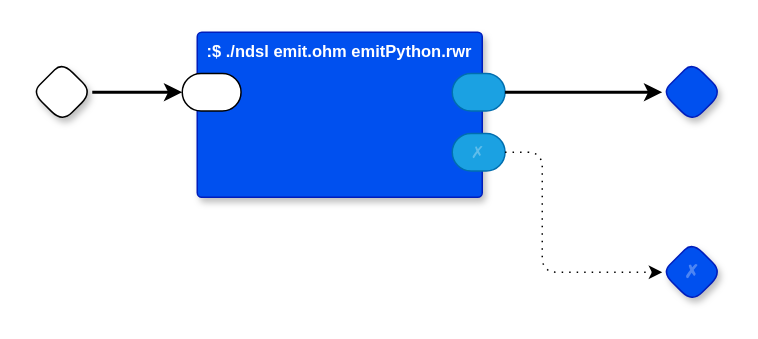
guitarvydas/pbp keeps this draw.io diagram as page "RT to Python" (10 of 24) of kernel/kernel.drawio. Above is the earlier version. Source tidied: cells renumbered, new cells numbered last; positions are measured from the earlier drawing's top-left corner, leaving out a move shared by most shapes. Both pictures are drawn from the tidied source at 150%, with x=0, y=0 at pixel (32, 32).
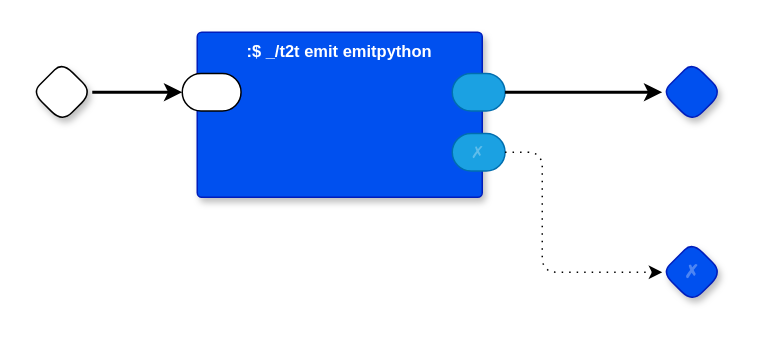
The same page after the edit.

What changed in the source:
```diff
@@
 <mxGraphModel>
   <root>
     <mxCell id="0" />
     <mxCell id="1" parent="0" />
     <mxCell id="2" style="rhombus;whiteSpace=wrap;html=1;rounded=1;fontStyle=1;glass=0;sketch=0;fontSize=12;points=[[0,0.5,0,0,0],[0.5,0,0,0,0],[0.5,1,0,0,0],[1,0.5,0,0,0]];shadow=1;fontFamily=Helvetica;fontColor=default;" parent="1" vertex="1">
       <mxGeometry y="20" width="40" height="40" as="geometry" />
     </mxCell>
     <mxCell id="3" style="rhombus;whiteSpace=wrap;html=1;rounded=1;fontStyle=1;glass=0;sketch=0;fontSize=12;points=[[0,0.5,0,0,0],[0.5,0,0,0,0],[0.5,1,0,0,0],[1,0.5,0,0,0]];shadow=1;fillColor=#0050ef;fontColor=#ffffff;strokeColor=#001DBC;fontFamily=Helvetica;" parent="1" vertex="1">
       <mxGeometry x="420" y="20" width="40" height="40" as="geometry" />
     </mxCell>
     <mxCell id="4" value="✗" style="rhombus;whiteSpace=wrap;html=1;rounded=1;fillColor=#0050ef;fontColor=#ffffff;strokeColor=#001DBC;fontStyle=1;glass=0;sketch=0;fontSize=12;points=[[0,0.5,0,0,0],[0.5,0,0,0,0],[0.5,1,0,0,0],[1,0.5,0,0,0]];shadow=1;textOpacity=30;" parent="1" vertex="1">
       <mxGeometry x="420" y="140" width="40" height="40" as="geometry" />
     </mxCell>
-    <mxCell id="5" value=":$ ./ndsl emit.ohm emitPython.rwr" style="rounded=1;sketch=0;verticalAlign=top;arcSize=6;fontStyle=1;absoluteArcSize=1;shadow=1;strokeColor=#001DBC;fillColor=#0050ef;fontColor=#ffffff;fontFamily=Helvetica;fontSize=11;" parent="1" vertex="1">
+    <mxCell id="5" value=":$ _/t2t emit emitpython" style="rounded=1;sketch=0;verticalAlign=top;arcSize=6;fontStyle=1;absoluteArcSize=1;shadow=1;strokeColor=#001DBC;fillColor=#0050ef;fontColor=#ffffff;fontFamily=Helvetica;fontSize=11;" parent="1" vertex="1">
       <mxGeometry x="110" width="190" height="110" as="geometry" />
     </mxCell>
     <mxCell id="6" style="rounded=1;whiteSpace=wrap;html=1;sketch=0;points=[[0,0.5,0,0,0],[1,0.5,0,0,0]];arcSize=50;fontFamily=Helvetica;fontSize=11;fontColor=default;" parent="5" vertex="1">
       <mxGeometry x="-10" y="27.5" width="39.2" height="25" as="geometry" />
     </mxCell>
     <mxCell id="7" style="rounded=1;whiteSpace=wrap;html=1;sketch=0;points=[[0,0.5,0,0,0],[1,0.5,0,0,0]];fillColor=#1ba1e2;fontColor=#ffffff;strokeColor=#006EAF;arcSize=50;fontFamily=Helvetica;fontSize=11;" parent="5" vertex="1">
       <mxGeometry x="170" y="27.5" width="35.2" height="25" as="geometry" />
     </mxCell>
     <mxCell id="8" value="✗" style="rounded=1;whiteSpace=wrap;html=1;sketch=0;points=[[0,0.5,0,0,0],[1,0.5,0,0,0]];fillColor=#1ba1e2;fontColor=#ffffff;strokeColor=#006EAF;arcSize=50;fontFamily=Helvetica;fontSize=11;textOpacity=30;" parent="5" vertex="1">
       <mxGeometry x="170" y="67.5" width="35.2" height="25" as="geometry" />
     </mxCell>
     <mxCell id="9" style="edgeStyle=orthogonalEdgeStyle;rounded=0;jettySize=auto;html=1;exitX=1;exitY=0.5;exitDx=0;exitDy=0;exitPerimeter=0;entryX=0;entryY=0.5;entryDx=0;entryDy=0;entryPerimeter=0;strokeWidth=2;" parent="1" edge="1" source="2" target="6">
       <mxGeometry relative="1" as="geometry" />
     </mxCell>
     <mxCell id="10" style="edgeStyle=orthogonalEdgeStyle;rounded=0;jettySize=auto;html=1;exitX=1;exitY=0.5;exitDx=0;exitDy=0;exitPerimeter=0;strokeWidth=2;entryX=0;entryY=0.5;entryDx=0;entryDy=0;entryPerimeter=0;" parent="1" edge="1" source="7" target="3">
       <mxGeometry relative="1" as="geometry" />
     </mxCell>
     <mxCell id="11" style="edgeStyle=orthogonalEdgeStyle;rounded=1;jettySize=auto;html=1;exitX=1;exitY=0.5;exitDx=0;exitDy=0;exitPerimeter=0;entryX=0;entryY=0.5;entryDx=0;entryDy=0;entryPerimeter=0;curved=0;dashed=1;dashPattern=1 4;" parent="1" edge="1" source="8" target="4">
       <mxGeometry relative="1" as="geometry">
         <Array as="points">
           <mxPoint x="340" y="80" />
           <mxPoint x="340" y="160" />
         </Array>
       </mxGeometry>
     </mxCell>
   </root>
 </mxGraphModel>
```
